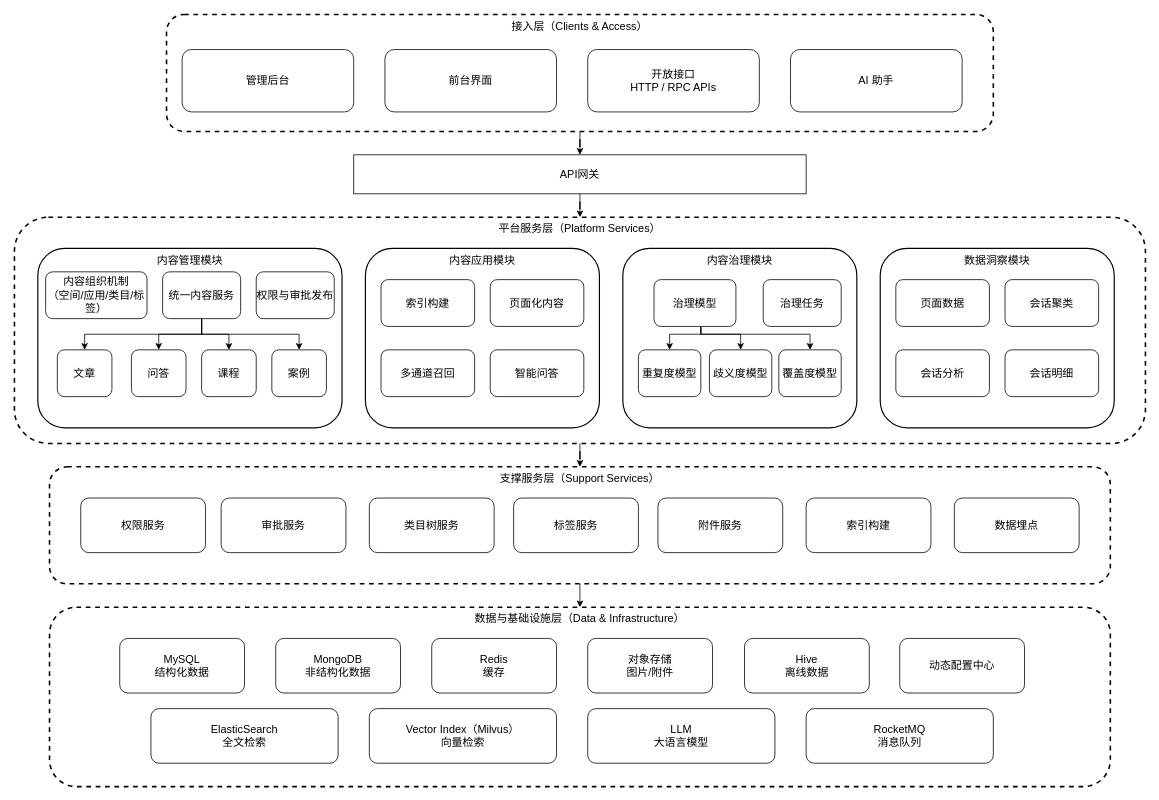
Above: page "系统架构图" (8 of 20) of figure/figures.drawio in jqq04/nju-thesis-2026 (draw.io), before the change. Source tidied: cells renumbered, new cells numbered last; positions are measured from the earlier drawing's top-left corner, leaving out a move shared by most shapes. Both pictures are drawn from the tidied source at 78%, with x=0, y=0 at pixel (14, 14).
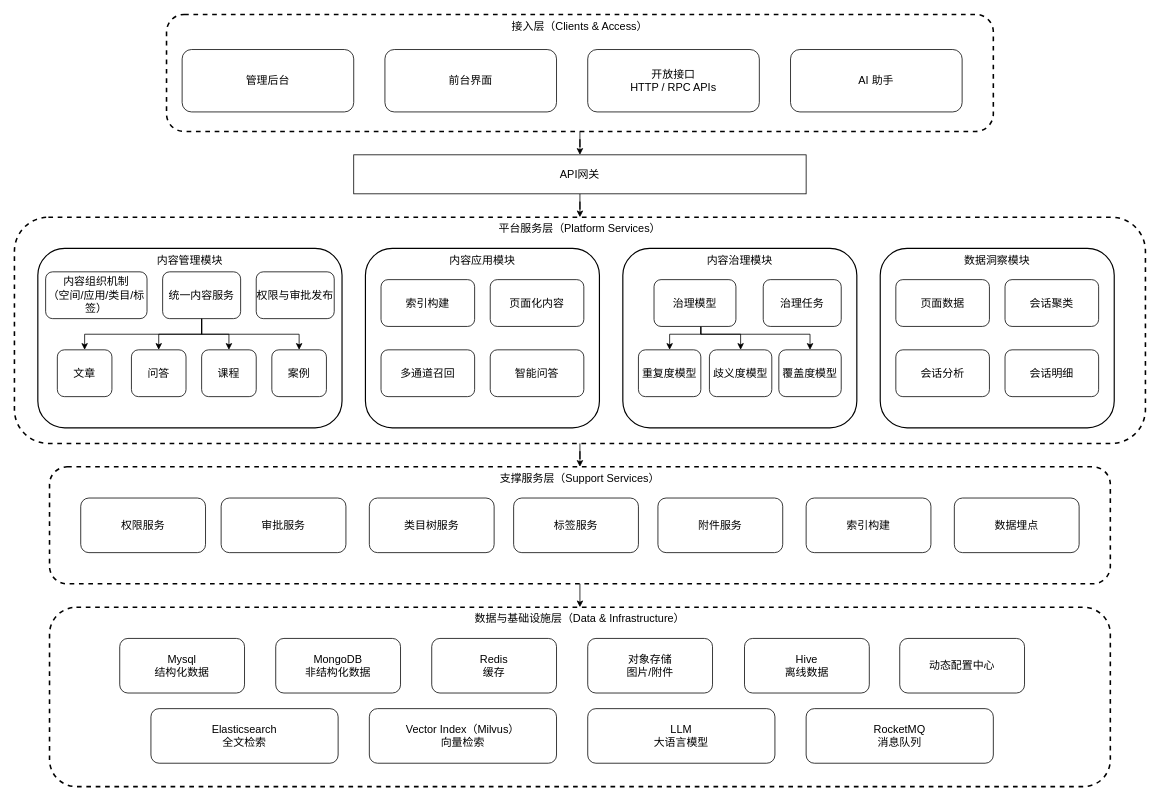
The same diagram, later.

The edit, as a diff of the source:
```diff
@@
-    <mxCell id="11" value="MySQL&lt;br&gt;结构化数据" style="rounded=1;whiteSpace=wrap;html=1;fontSize=14;" parent="1" vertex="1">
+    <mxCell id="11" value="Mysql&lt;br&gt;结构化数据" style="rounded=1;whiteSpace=wrap;html=1;fontSize=14;" parent="1" vertex="1">
       <mxGeometry x="135" y="800" width="160" height="70" as="geometry" />
     </mxCell>
@@
-    <mxCell id="15" value="ElasticSearch&lt;br&gt;全文检索" style="rounded=1;whiteSpace=wrap;html=1;fontSize=14;" parent="1" vertex="1">
+    <mxCell id="15" value="Elasticsearch&lt;br&gt;全文检索" style="rounded=1;whiteSpace=wrap;html=1;fontSize=14;" parent="1" vertex="1">
       <mxGeometry x="175" y="890" width="240" height="70" as="geometry" />
     </mxCell>
```
